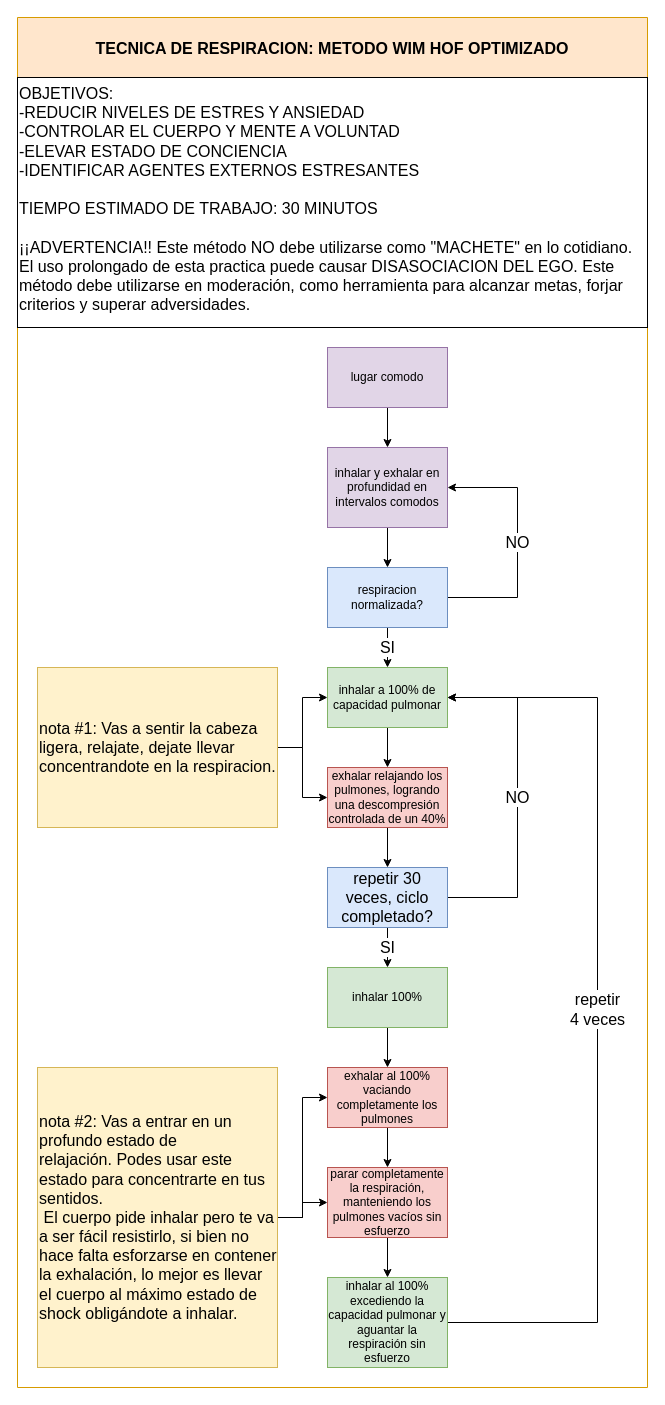
marsex/workbench keeps this draw.io diagram as design_files/respiraciones poggers.drawio. Above is the earlier version. Source tidied: cells renumbered, new cells numbered last; positions are measured from the earlier drawing's top-left corner, leaving out a move shared by most shapes. Both pictures are drawn from the tidied source at 100%, with x=0, y=0 at pixel (17, 17).
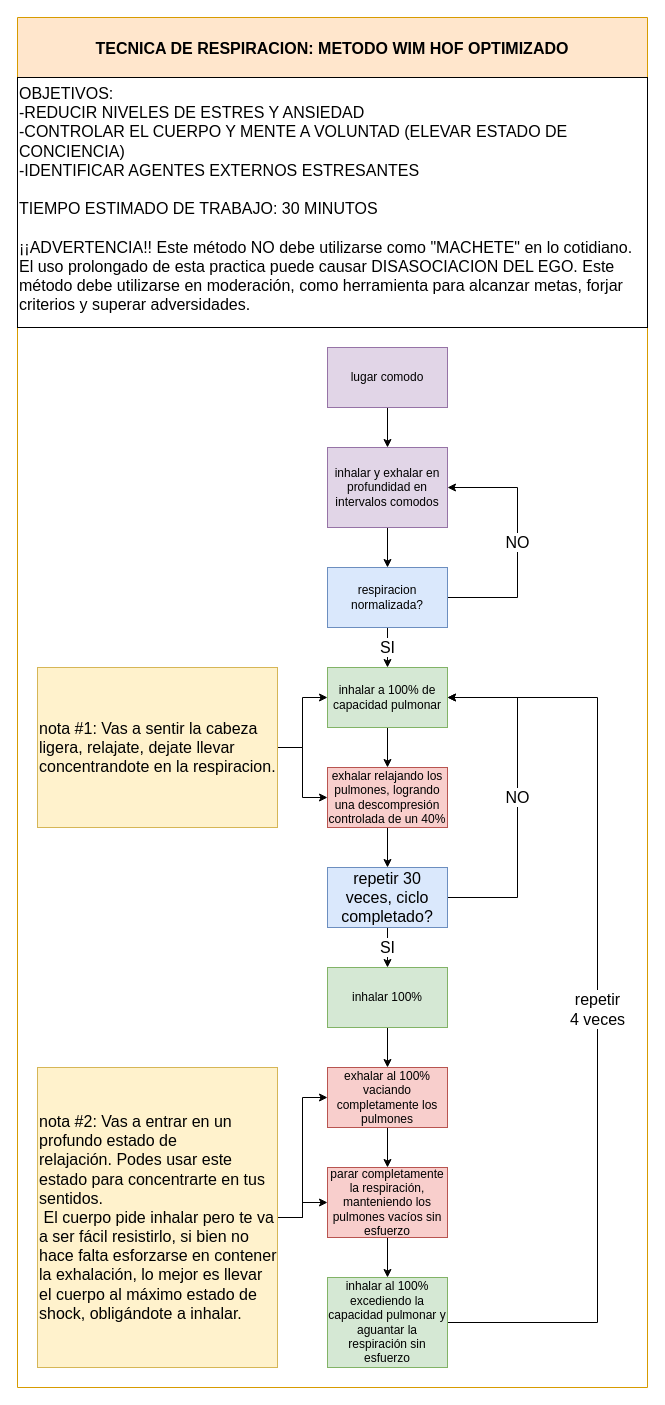
Above is the later version.

The change refers to these unchanged cells:
```xml
<mxCell id="30" value="TECNICA DE RESPIRACION: METODO WIM HOF OPTIMIZADO" style="swimlane;fontSize=16;align=center;fillColor=#ffe6cc;strokeColor=#d79b00;startSize=60;" parent="1" vertex="1">
  <mxGeometry width="630" height="1370" as="geometry" />
</mxCell>
```

Diff of the diagram source:
```diff
@@
-    <mxCell id="29" value="nota #2: Vas a entrar en un profundo estado de relajación.&amp;nbsp;&lt;span style=&quot;text-align: center&quot;&gt;Podes usar este estado para concentrarte en tus sentidos. &lt;br&gt;&amp;nbsp;E&lt;/span&gt;l cuerpo pide inhalar pero te va a ser fácil resistirlo, si bien no hace falta esforzarse en contener la exhalación, lo mejor es llevar el cuerpo al máximo estado de shock obligándote a inhalar.&amp;nbsp;&amp;nbsp;" style="rounded=0;whiteSpace=wrap;html=1;fontSize=16;fillColor=#fff2cc;strokeColor=#d6b656;align=left;" parent="1" vertex="1">
+    <mxCell id="29" value="nota #2: Vas a entrar en un profundo estado de relajación.&amp;nbsp;&lt;span style=&quot;text-align: center&quot;&gt;Podes usar este estado para concentrarte en tus sentidos. &lt;br&gt;&amp;nbsp;E&lt;/span&gt;l cuerpo pide inhalar pero te va a ser fácil resistirlo, si bien no hace falta esforzarse en contener la exhalación, lo mejor es llevar el cuerpo al máximo estado de shock, obligándote a inhalar.&amp;nbsp;&amp;nbsp;" style="rounded=0;whiteSpace=wrap;html=1;fontSize=16;fillColor=#fff2cc;strokeColor=#d6b656;align=left;" parent="1" vertex="1">
       <mxGeometry x="20" y="1050" width="240" height="300" as="geometry" />
     </mxCell>
@@
-    <mxCell id="31" value="OBJETIVOS: &lt;br&gt;-REDUCIR NIVELES DE ESTRES Y ANSIEDAD&lt;br&gt;-CONTROLAR EL CUERPO Y MENTE A VOLUNTAD&lt;br&gt;-ELEVAR ESTADO DE CONCIENCIA&lt;br&gt;-IDENTIFICAR AGENTES EXTERNOS ESTRESANTES&lt;br&gt;&lt;br&gt;TIEMPO ESTIMADO DE TRABAJO: 30 MINUTOS&lt;br&gt;&lt;br&gt;¡¡ADVERTENCIA!! Este método NO debe utilizarse como &quot;MACHETE&quot; en lo cotidiano. El uso prolongado de esta practica puede causar DISASOCIACION DEL EGO. Este método debe utilizarse en moderación, como herramienta para alcanzar metas, forjar criterios y superar adversidades." style="rounded=0;whiteSpace=wrap;html=1;fontSize=16;align=left;verticalAlign=top;" parent="30" vertex="1">
+    <mxCell id="31" value="OBJETIVOS: &lt;br&gt;-REDUCIR NIVELES DE ESTRES Y ANSIEDAD&lt;br&gt;-CONTROLAR EL CUERPO Y MENTE A VOLUNTAD (ELEVAR ESTADO DE CONCIENCIA)&lt;br&gt;-IDENTIFICAR AGENTES EXTERNOS ESTRESANTES&lt;br&gt;&lt;br&gt;TIEMPO ESTIMADO DE TRABAJO: 30 MINUTOS&lt;br&gt;&lt;br&gt;¡¡ADVERTENCIA!! Este método NO debe utilizarse como &quot;MACHETE&quot; en lo cotidiano. El uso prolongado de esta practica puede causar DISASOCIACION DEL EGO. Este método debe utilizarse en moderación, como herramienta para alcanzar metas, forjar criterios y superar adversidades." style="rounded=0;whiteSpace=wrap;html=1;fontSize=16;align=left;verticalAlign=top;" parent="30" vertex="1">
       <mxGeometry y="60" width="630" height="250" as="geometry" />
     </mxCell>
```
